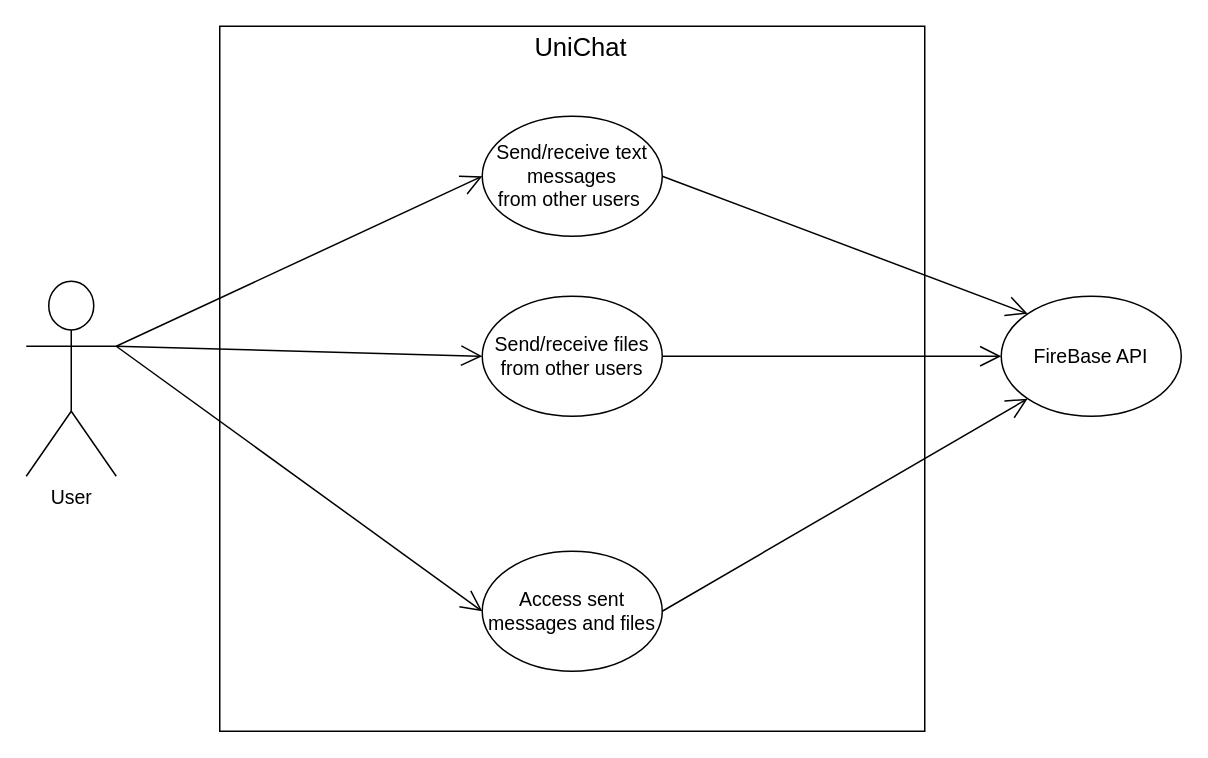
This is UseCaseDiagram.drawio from afs202005277/UniChat, a draw.io file, before an edit. Source tidied: cells renumbered, new cells numbered last; positions are measured from the earlier drawing's top-left corner, leaving out a move shared by most shapes. Both pictures are drawn from the tidied source at 150%, with x=0, y=0 at pixel (26, 26).
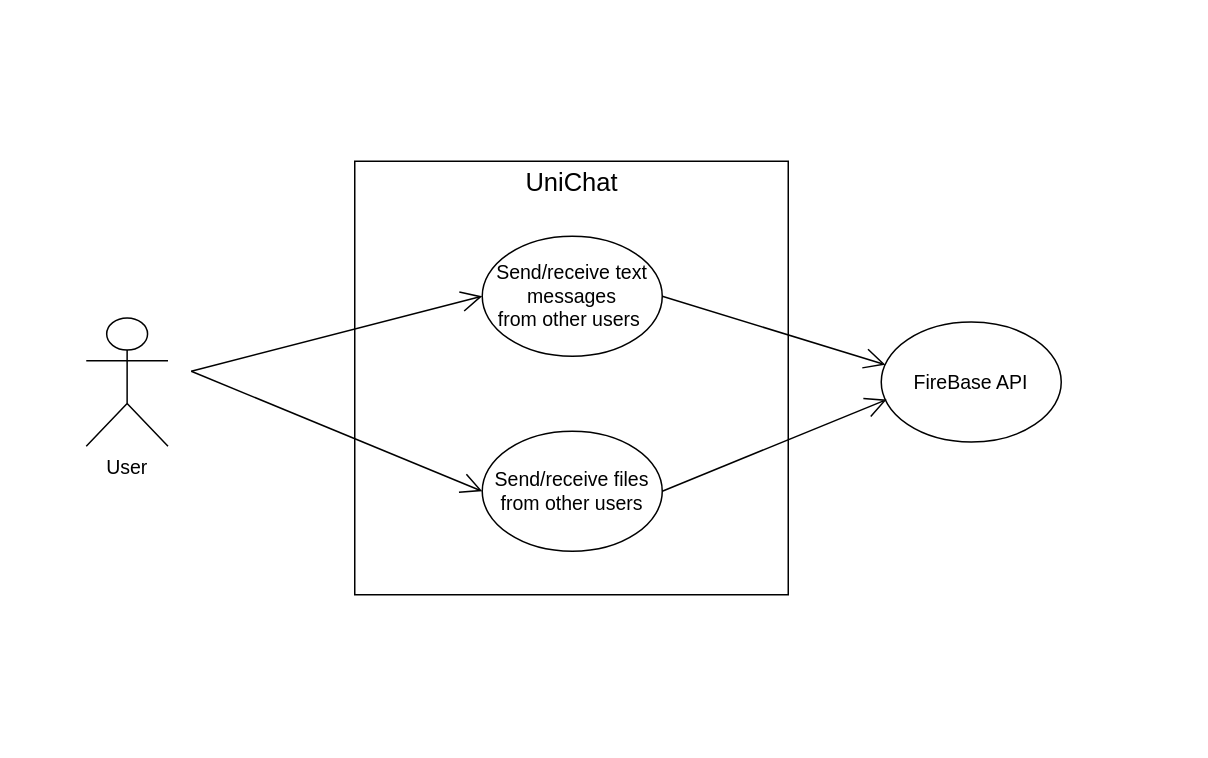
Above is the later version.

Change to the diagram source:
```diff
@@
 <mxGraphModel>
   <root>
     <mxCell id="0" />
     <mxCell id="1" parent="0" />
     <mxCell id="2" style="whiteSpace=wrap;html=1;fillColor=none;" parent="1" vertex="1">
-      <mxGeometry x="129" width="470" height="470" as="geometry" />
+      <mxGeometry x="219" y="90" width="289" height="289" as="geometry" />
     </mxCell>
     <mxCell id="3" value="&lt;font style=&quot;font-size: 13px&quot;&gt;User&lt;/font&gt;" style="shape=umlActor;verticalLabelPosition=bottom;verticalAlign=top;html=1;outlineConnect=0;fillColor=none;" parent="1" vertex="1">
-      <mxGeometry y="170" width="60" height="130" as="geometry" />
+      <mxGeometry x="40" y="194.5" width="54.5" height="85.5" as="geometry" />
     </mxCell>
     <mxCell id="4" value="&lt;font style=&quot;font-size: 13px&quot;&gt;Send/receive text messages&lt;br&gt;from other users&amp;nbsp;&lt;/font&gt;" style="ellipse;whiteSpace=wrap;html=1;fillColor=none;" parent="1" vertex="1">
-      <mxGeometry x="304" y="60" width="120" height="80" as="geometry" />
+      <mxGeometry x="304" y="140" width="120" height="80" as="geometry" />
     </mxCell>
     <mxCell id="5" value="&lt;font style=&quot;font-size: 13px&quot;&gt;Send/receive files from other users&lt;/font&gt;" style="ellipse;whiteSpace=wrap;html=1;fillColor=none;" parent="1" vertex="1">
-      <mxGeometry x="304" y="180" width="120" height="80" as="geometry" />
+      <mxGeometry x="304" y="270" width="120" height="80" as="geometry" />
     </mxCell>
-    <mxCell id="6" value="&lt;font style=&quot;font-size: 13px&quot;&gt;Access sent messages and files&lt;/font&gt;" style="ellipse;whiteSpace=wrap;html=1;fillColor=none;" parent="1" vertex="1">
-      <mxGeometry x="304" y="350" width="120" height="80" as="geometry" />
-    </mxCell>
     <mxCell id="7" value="&lt;font style=&quot;font-size: 17px&quot;&gt;UniChat&lt;/font&gt;" style="text;html=1;strokeColor=none;fillColor=none;align=center;verticalAlign=middle;whiteSpace=wrap;rounded=0;" parent="1" vertex="1">
-      <mxGeometry x="340" width="60" height="30" as="geometry" />
+      <mxGeometry x="334" y="90" width="60" height="30" as="geometry" />
     </mxCell>
-    <mxCell id="8" style="endArrow=open;endFill=1;endSize=12;html=1;rounded=0;entryX=0;entryY=0.5;entryDx=0;entryDy=0;exitX=1;exitY=0.3333333333333333;exitDx=0;exitDy=0;exitPerimeter=0;" parent="1" edge="1" source="3" target="4">
-      <mxGeometry relative="1" as="geometry" />
+    <mxCell id="8" style="endArrow=open;endFill=1;endSize=12;html=1;rounded=0;entryX=0;entryY=0.5;entryDx=0;entryDy=0;" parent="1" edge="1" target="4">
+      <mxGeometry relative="1" as="geometry">
+        <mxPoint x="110" y="230" as="sourcePoint" />
+      </mxGeometry>
     </mxCell>
-    <mxCell id="9" style="endArrow=open;endFill=1;endSize=12;html=1;rounded=0;entryX=0;entryY=0.5;entryDx=0;entryDy=0;exitX=1;exitY=0.3333333333333333;exitDx=0;exitDy=0;exitPerimeter=0;" parent="1" edge="1" source="3" target="5">
-      <mxGeometry relative="1" as="geometry" />
+    <mxCell id="9" style="endArrow=open;endFill=1;endSize=12;html=1;rounded=0;entryX=0;entryY=0.5;entryDx=0;entryDy=0;" parent="1" edge="1" target="5">
+      <mxGeometry relative="1" as="geometry">
+        <mxPoint x="110" y="230" as="sourcePoint" />
+      </mxGeometry>
     </mxCell>
-    <mxCell id="10" style="endArrow=open;endFill=1;endSize=12;html=1;rounded=0;entryX=0;entryY=0.5;entryDx=0;entryDy=0;exitX=1;exitY=0.3333333333333333;exitDx=0;exitDy=0;exitPerimeter=0;" parent="1" edge="1" source="3" target="6">
-      <mxGeometry relative="1" as="geometry" />
-    </mxCell>
-    <mxCell id="11" style="endArrow=open;endFill=1;endSize=12;html=1;rounded=0;exitX=1;exitY=0.5;exitDx=0;exitDy=0;entryX=0;entryY=0;entryDx=0;entryDy=0;" parent="1" edge="1" source="4" target="12">
+    <mxCell id="11" style="endArrow=open;endFill=1;endSize=12;html=1;rounded=0;exitX=1;exitY=0.5;exitDx=0;exitDy=0;entryX=0.023;entryY=0.356;entryDx=0;entryDy=0;entryPerimeter=0;" parent="1" edge="1" source="4" target="12">
       <mxGeometry relative="1" as="geometry" />
     </mxCell>
     <mxCell id="12" value="&lt;font style=&quot;font-size: 13px&quot;&gt;FireBase API&lt;/font&gt;" style="ellipse;whiteSpace=wrap;html=1;fillColor=none;" parent="1" vertex="1">
-      <mxGeometry x="650" y="180" width="120" height="80" as="geometry" />
+      <mxGeometry x="570" y="197.2" width="120" height="80" as="geometry" />
     </mxCell>
-    <mxCell id="13" style="endArrow=open;endFill=1;endSize=12;html=1;rounded=0;exitX=1;exitY=0.5;exitDx=0;exitDy=0;entryX=0;entryY=0.5;entryDx=0;entryDy=0;" parent="1" edge="1" source="5" target="12">
+    <mxCell id="13" style="endArrow=open;endFill=1;endSize=12;html=1;rounded=0;exitX=1;exitY=0.5;exitDx=0;exitDy=0;entryX=0.03;entryY=0.646;entryDx=0;entryDy=0;entryPerimeter=0;" parent="1" edge="1" source="5" target="12">
       <mxGeometry relative="1" as="geometry" />
     </mxCell>
-    <mxCell id="14" style="endArrow=open;endFill=1;endSize=12;html=1;rounded=0;entryX=0;entryY=1;entryDx=0;entryDy=0;exitX=1;exitY=0.5;exitDx=0;exitDy=0;" parent="1" edge="1" source="6" target="12">
-      <mxGeometry relative="1" as="geometry" />
-    </mxCell>
   </root>
 </mxGraphModel>
```
